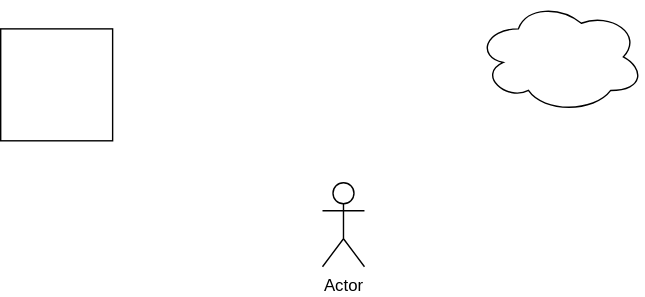
verhas/jamal keeps this draw.io diagram as images/state.svg. Above is the earlier version. Source tidied: cells renumbered, new cells last; positions are measured from the earlier drawing's top-left corner, leaving out a move shared by most shapes. Source of this version:
```xml
<mxGraphModel>
  <root>
    <mxCell id="0" />
    <mxCell id="1" parent="0" />
    <mxCell id="2" style="whiteSpace=wrap;html=1;" parent="1" vertex="1">
      <mxGeometry y="20" width="80" height="80" as="geometry" />
    </mxCell>
    <mxCell id="3" style="ellipse;shape=cloud;whiteSpace=wrap;html=1;" parent="1" vertex="1">
      <mxGeometry x="340" width="120" height="80" as="geometry" />
    </mxCell>
    <mxCell id="4" value="Actor" style="shape=umlActor;verticalLabelPosition=bottom;verticalAlign=top;html=1;" parent="1" vertex="1">
      <mxGeometry x="230" y="130" width="30" height="60" as="geometry" />
    </mxCell>
  </root>
</mxGraphModel>
```
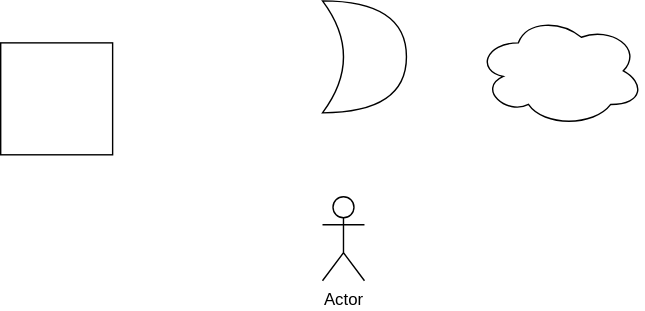
After the change.

What changed in the source:
```diff
@@ -11,5 +11,8 @@
     <mxCell id="4" value="Actor" style="shape=umlActor;verticalLabelPosition=bottom;verticalAlign=top;html=1;" parent="1" vertex="1">
       <mxGeometry x="230" y="130" width="30" height="60" as="geometry" />
     </mxCell>
+    <mxCell id="5" style="shape=xor;whiteSpace=wrap;html=1;" parent="1" vertex="1">
+      <mxGeometry x="230" y="-10" width="60" height="80" as="geometry" />
+    </mxCell>
   </root>
 </mxGraphModel>
```
